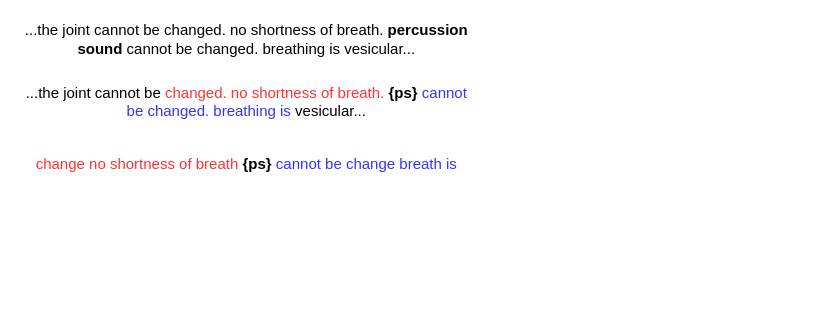
EgorovM/abbreviations_decode keeps this draw.io diagram as data/Untitled Diagram.drawio. Above is the earlier version. Source tidied: cells renumbered, new cells numbered last; positions are measured from the earlier drawing's top-left corner, leaving out a move shared by most shapes. Both pictures are drawn from the tidied source at 125%, with x=0, y=0 at pixel (21, 26).
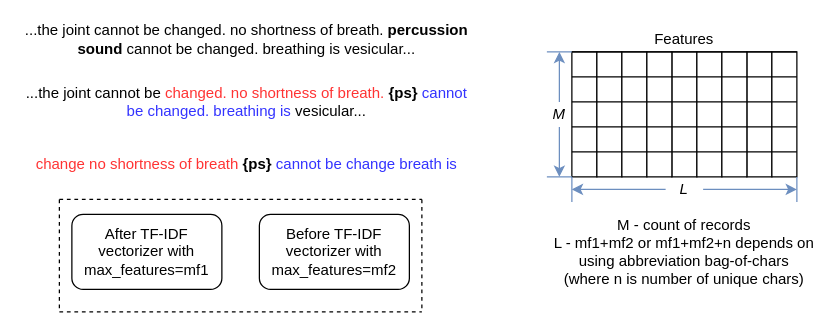
Above is the later version.

The edit, as a diff of the source:
```diff
@@
+    <mxCell id="5" value="After TF-IDF vectorizer with max_features=mf1" style="rounded=1;whiteSpace=wrap;html=1;" parent="1" vertex="1">
+      <mxGeometry x="40" y="150" width="120" height="60" as="geometry" />
+    </mxCell>
+    <mxCell id="6" value="Before TF-IDF vectorizer with max_features=mf2" style="rounded=1;whiteSpace=wrap;html=1;" parent="1" vertex="1">
+      <mxGeometry x="190" y="150" width="120" height="60" as="geometry" />
+    </mxCell>
+    <mxCell id="7" style="endArrow=none;dashed=1;html=1;" parent="1" edge="1">
+      <mxGeometry relative="1" as="geometry">
+        <mxPoint x="320" y="225" as="sourcePoint" />
+        <mxPoint x="320" y="135" as="targetPoint" />
+      </mxGeometry>
+    </mxCell>
+    <mxCell id="8" style="endArrow=none;dashed=1;html=1;" parent="1" edge="1">
+      <mxGeometry relative="1" as="geometry">
+        <mxPoint x="30" y="225" as="sourcePoint" />
+        <mxPoint x="30" y="135" as="targetPoint" />
+      </mxGeometry>
+    </mxCell>
+    <mxCell id="9" style="endArrow=none;dashed=1;html=1;" parent="1" edge="1">
+      <mxGeometry relative="1" as="geometry">
+        <mxPoint x="30" y="228" as="sourcePoint" />
+        <mxPoint x="320" y="228" as="targetPoint" />
+      </mxGeometry>
+    </mxCell>
+    <mxCell id="10" style="endArrow=none;dashed=1;html=1;" parent="1" edge="1">
+      <mxGeometry relative="1" as="geometry">
+        <mxPoint x="30" y="138" as="sourcePoint" />
+        <mxPoint x="320" y="138" as="targetPoint" />
+      </mxGeometry>
+    </mxCell>
+    <mxCell id="11" value="Features" style="text;html=1;strokeColor=none;fillColor=none;align=center;verticalAlign=middle;whiteSpace=wrap;rounded=0;" parent="1" vertex="1">
+      <mxGeometry x="480" width="100" height="20" as="geometry" />
+    </mxCell>
+    <mxCell id="12" style="rounded=0;whiteSpace=wrap;html=1;" parent="1" vertex="1">
+      <mxGeometry x="440" y="20" width="20" height="100" as="geometry" />
+    </mxCell>
+    <mxCell id="13" style="rounded=0;whiteSpace=wrap;html=1;" parent="1" vertex="1">
+      <mxGeometry x="460" y="20" width="20" height="100" as="geometry" />
+    </mxCell>
+    <mxCell id="14" style="rounded=0;whiteSpace=wrap;html=1;" parent="1" vertex="1">
+      <mxGeometry x="480" y="20" width="20" height="100" as="geometry" />
+    </mxCell>
+    <mxCell id="15" style="rounded=0;whiteSpace=wrap;html=1;" parent="1" vertex="1">
+      <mxGeometry x="520" y="20" width="20" height="100" as="geometry" />
+    </mxCell>
+    <mxCell id="16" style="rounded=0;whiteSpace=wrap;html=1;" parent="1" vertex="1">
+      <mxGeometry x="500" y="20" width="20" height="100" as="geometry" />
+    </mxCell>
+    <mxCell id="17" style="rounded=0;whiteSpace=wrap;html=1;" parent="1" vertex="1">
+      <mxGeometry x="540" y="20" width="20" height="100" as="geometry" />
+    </mxCell>
+    <mxCell id="18" style="rounded=0;whiteSpace=wrap;html=1;" parent="1" vertex="1">
+      <mxGeometry x="580" y="20" width="20" height="100" as="geometry" />
+    </mxCell>
+    <mxCell id="19" style="rounded=0;whiteSpace=wrap;html=1;" parent="1" vertex="1">
+      <mxGeometry x="560" y="20" width="20" height="100" as="geometry" />
+    </mxCell>
+    <mxCell id="20" style="rounded=0;whiteSpace=wrap;html=1;" parent="1" vertex="1">
+      <mxGeometry x="600" y="20" width="20" height="100" as="geometry" />
+    </mxCell>
+    <mxCell id="21" style="endArrow=none;html=1;exitX=0;exitY=1;exitDx=0;exitDy=0;entryX=0;entryY=0;entryDx=0;entryDy=0;" parent="1" edge="1">
+      <mxGeometry relative="1" as="geometry">
+        <mxPoint x="440" y="100" as="sourcePoint" />
+        <mxPoint x="620" y="100" as="targetPoint" />
+      </mxGeometry>
+    </mxCell>
+    <mxCell id="22" style="endArrow=none;html=1;exitX=0;exitY=1;exitDx=0;exitDy=0;entryX=0;entryY=0;entryDx=0;entryDy=0;" parent="1" edge="1">
+      <mxGeometry relative="1" as="geometry">
+        <mxPoint x="440" y="80" as="sourcePoint" />
+        <mxPoint x="620" y="80" as="targetPoint" />
+      </mxGeometry>
+    </mxCell>
+    <mxCell id="23" style="endArrow=none;html=1;exitX=0;exitY=1;exitDx=0;exitDy=0;entryX=0;entryY=0;entryDx=0;entryDy=0;" parent="1" edge="1">
+      <mxGeometry relative="1" as="geometry">
+        <mxPoint x="440" y="60" as="sourcePoint" />
+        <mxPoint x="620" y="60" as="targetPoint" />
+      </mxGeometry>
+    </mxCell>
+    <mxCell id="24" style="endArrow=none;html=1;exitX=0;exitY=1;exitDx=0;exitDy=0;entryX=0;entryY=0;entryDx=0;entryDy=0;" parent="1" edge="1">
+      <mxGeometry relative="1" as="geometry">
+        <mxPoint x="440" y="40" as="sourcePoint" />
+        <mxPoint x="620" y="40" as="targetPoint" />
+      </mxGeometry>
+    </mxCell>
+    <mxCell id="25" style="endArrow=none;html=1;exitX=0;exitY=1;exitDx=0;exitDy=0;entryX=0;entryY=0;entryDx=0;entryDy=0;" parent="1" edge="1">
+      <mxGeometry relative="1" as="geometry">
+        <mxPoint x="440" y="20" as="sourcePoint" />
+        <mxPoint x="620" y="20" as="targetPoint" />
+      </mxGeometry>
+    </mxCell>
+    <mxCell id="26" style="endArrow=none;html=1;entryX=0;entryY=0;entryDx=0;entryDy=0;fillColor=#dae8fc;strokeColor=#6c8ebf;" parent="1" edge="1" target="12">
+      <mxGeometry relative="1" as="geometry">
+        <mxPoint x="420" y="20" as="sourcePoint" />
+      </mxGeometry>
+    </mxCell>
+    <mxCell id="27" style="endArrow=none;html=1;exitX=0;exitY=1;exitDx=0;exitDy=0;fillColor=#dae8fc;strokeColor=#6c8ebf;" parent="1" edge="1" source="12">
+      <mxGeometry relative="1" as="geometry">
+        <mxPoint x="420" y="120" as="targetPoint" />
+      </mxGeometry>
+    </mxCell>
+    <mxCell id="28" style="edgeStyle=orthogonalEdgeStyle;rounded=0;jettySize=auto;html=1;exitX=0.5;exitY=0;exitDx=0;exitDy=0;fillColor=#dae8fc;strokeColor=#6C8EBF;" parent="1" edge="1" source="30">
+      <mxGeometry relative="1" as="geometry">
+        <mxPoint x="430" y="20" as="targetPoint" />
+      </mxGeometry>
+    </mxCell>
+    <mxCell id="29" style="edgeStyle=orthogonalEdgeStyle;rounded=0;jettySize=auto;html=1;exitX=0.5;exitY=1;exitDx=0;exitDy=0;fillColor=#dae8fc;strokeColor=#6c8ebf;" parent="1" edge="1" source="30">
+      <mxGeometry relative="1" as="geometry">
+        <mxPoint x="430" y="120" as="targetPoint" />
+      </mxGeometry>
+    </mxCell>
+    <mxCell id="30" value="&lt;i&gt;M&lt;/i&gt;" style="text;html=1;strokeColor=none;fillColor=none;align=center;verticalAlign=middle;whiteSpace=wrap;rounded=0;" parent="1" vertex="1">
+      <mxGeometry x="410" y="60" width="40" height="20" as="geometry" />
+    </mxCell>
+    <mxCell id="31" style="endArrow=none;html=1;strokeColor=#6C8EBF;entryX=0;entryY=1;entryDx=0;entryDy=0;" parent="1" edge="1" target="12">
+      <mxGeometry relative="1" as="geometry">
+        <mxPoint x="440" y="140" as="sourcePoint" />
+      </mxGeometry>
+    </mxCell>
+    <mxCell id="32" style="endArrow=none;html=1;strokeColor=#6C8EBF;entryX=1;entryY=1;entryDx=0;entryDy=0;" parent="1" edge="1" target="20">
+      <mxGeometry relative="1" as="geometry">
+        <mxPoint x="620" y="140" as="sourcePoint" />
+      </mxGeometry>
+    </mxCell>
+    <mxCell id="33" style="edgeStyle=orthogonalEdgeStyle;rounded=0;jettySize=auto;html=1;exitX=1;exitY=0.5;exitDx=0;exitDy=0;strokeColor=#6C8EBF;" parent="1" edge="1" source="35">
+      <mxGeometry relative="1" as="geometry">
+        <mxPoint x="620" y="130" as="targetPoint" />
+      </mxGeometry>
+    </mxCell>
+    <mxCell id="34" style="edgeStyle=orthogonalEdgeStyle;rounded=0;jettySize=auto;html=1;exitX=0;exitY=0.5;exitDx=0;exitDy=0;strokeColor=#6C8EBF;" parent="1" edge="1" source="35">
+      <mxGeometry relative="1" as="geometry">
+        <mxPoint x="440" y="130" as="targetPoint" />
+      </mxGeometry>
+    </mxCell>
+    <mxCell id="35" value="&lt;i&gt;L&lt;/i&gt;" style="text;html=1;strokeColor=none;fillColor=none;align=center;verticalAlign=middle;whiteSpace=wrap;rounded=0;" parent="1" vertex="1">
+      <mxGeometry x="515" y="120" width="30" height="20" as="geometry" />
+    </mxCell>
+    <mxCell id="36" value="&lt;div&gt;&lt;span&gt;M - count of records&lt;/span&gt;&lt;/div&gt;&lt;div&gt;&lt;span&gt;L - mf1+mf2 or mf1+mf2+n depends on using abbreviation bag-of-chars (where n is number of unique chars)&lt;/span&gt;&lt;/div&gt;" style="text;html=1;strokeColor=none;fillColor=none;align=center;verticalAlign=middle;whiteSpace=wrap;rounded=0;" parent="1" vertex="1">
+      <mxGeometry x="425" y="140" width="210" height="80" as="geometry" />
+    </mxCell>
```
